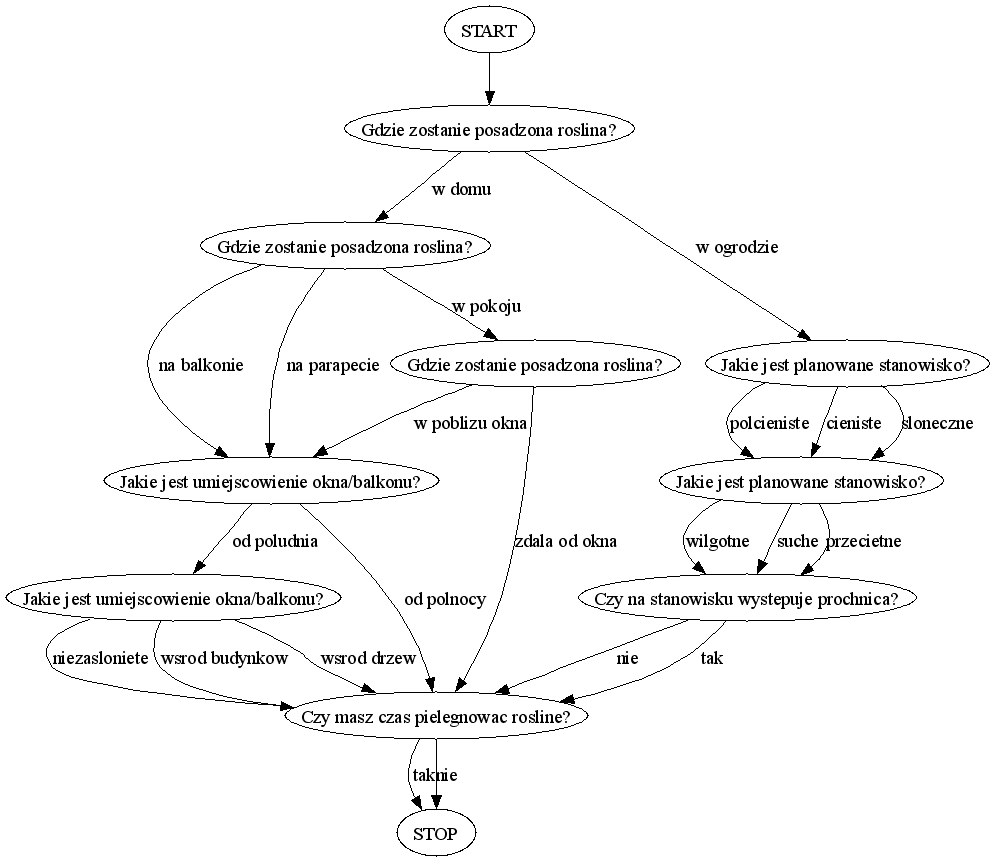
TripleEmcoder/Archive keeps this Graphviz diagram as si/questions.png. Above is the earlier version. Its source is kept beside it as si/questions.dot.
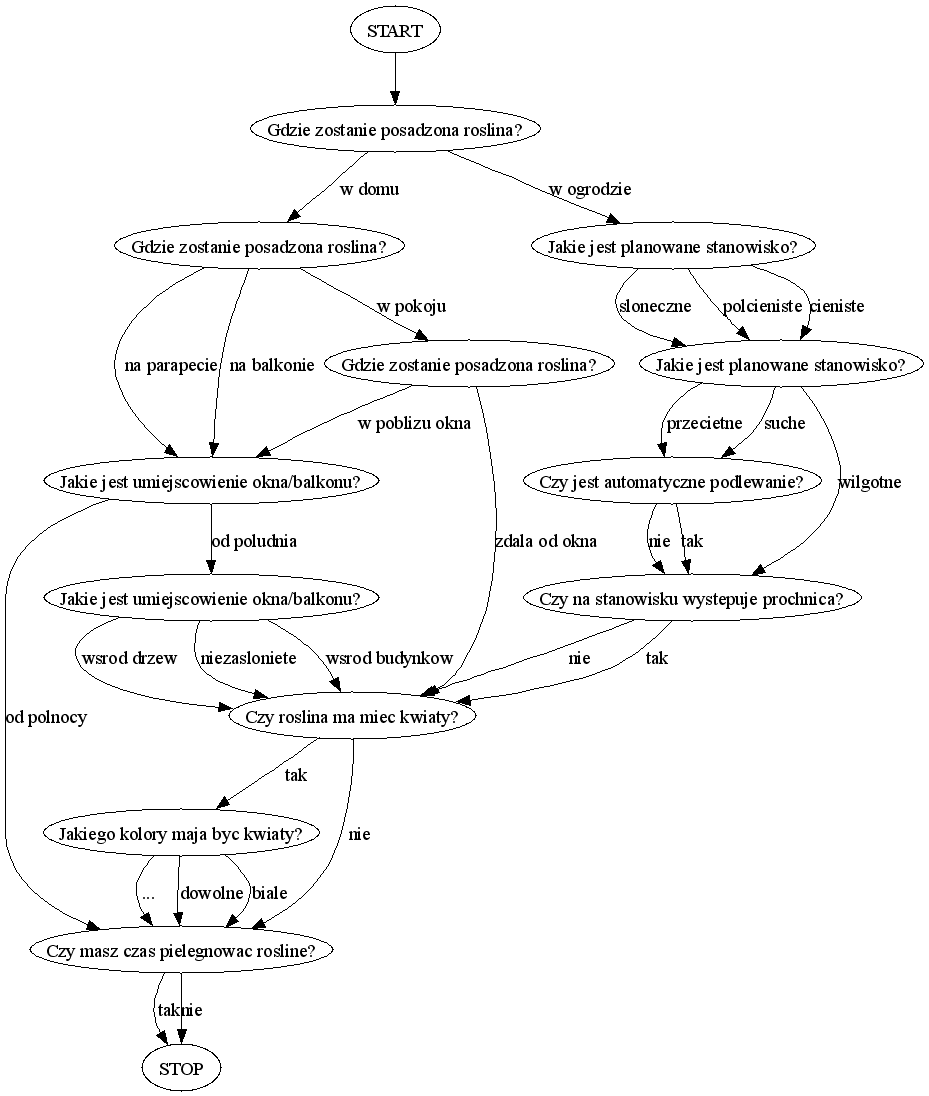
The same diagram one commit later.

Commit message:
git-svn-id: https://forge.caliper.pl/scm/svn/private-memfis@211 14f08429-6e20-0410-a26c-ef81b9fd1c62

Diff of the diagram source:
```diff
@@ -8,7 +8,10 @@
 	pielegnacja     [ label = "Czy masz czas pielegnowac rosline?"      ];
 	naslonecznienie [ label = "Jakie jest planowane stanowisko?"        ];
 	wilgotnosc      [ label = "Jakie jest planowane stanowisko?"        ];
+	sikawki         [ label = "Czy jest automatyczne podlewanie?"       ];
 	prochnica       [ label = "Czy na stanowisku wystepuje prochnica?"  ];
+	kwiaty          [ label = "Czy roslina ma miec kwiaty?"             ];
+	kolor           [ label = "Jakiego kolory maja byc kwiaty?"         ];
 
 	START           -> lokalizacja1
 
@@ -19,21 +22,28 @@
 	orientacja      -> pielegnacja     [ label = "od polnocy"     ];
 	orientacja      -> zasloniecie     [ label = "od poludnia"    ];
 	lokalizacja3    -> orientacja      [ label = "w poblizu okna" ];
-	lokalizacja3    -> pielegnacja     [ label = "zdala od okna"  ];
-	zasloniecie     -> pielegnacja     [ label = "wsrod budynkow" ];
-	zasloniecie     -> pielegnacja     [ label = "wsrod drzew"    ];
-	zasloniecie     -> pielegnacja     [ label = "niezasloniete"  ];
+	lokalizacja3    -> kwiaty          [ label = "zdala od okna"  ];
+	zasloniecie     -> kwiaty          [ label = "wsrod budynkow" ];
+	zasloniecie     -> kwiaty          [ label = "wsrod drzew"    ];
+	zasloniecie     -> kwiaty          [ label = "niezasloniete"  ];
 
 	lokalizacja1    -> naslonecznienie [ label = "w ogrodzie"     ];
 	naslonecznienie -> wilgotnosc      [ label = "sloneczne"      ];
 	naslonecznienie -> wilgotnosc      [ label = "polcieniste"    ];
 	naslonecznienie -> wilgotnosc      [ label = "cieniste"       ];
 	wilgotnosc      -> prochnica       [ label = "wilgotne"       ];
-	wilgotnosc      -> prochnica       [ label = "suche"          ];
-	wilgotnosc      -> prochnica       [ label = "przecietne"     ];
-	prochnica       -> pielegnacja     [ label = "tak"            ];
-	prochnica       -> pielegnacja     [ label = "nie"            ];
+	wilgotnosc      -> sikawki         [ label = "suche"          ];
+	wilgotnosc      -> sikawki         [ label = "przecietne"     ];
+	sikawki         -> prochnica       [ label = "tak"            ];
+	sikawki         -> prochnica       [ label = "nie"            ];
+	prochnica       -> kwiaty          [ label = "tak"            ];
+	prochnica       -> kwiaty          [ label = "nie"            ];
 
+	kwiaty          -> kolor           [ label = "tak"            ];
+	kwiaty          -> pielegnacja     [ label = "nie"            ];
+	kolor           -> pielegnacja     [ label = "biale"          ];
+	kolor           -> pielegnacja     [ label = "..."            ];
+	kolor           -> pielegnacja     [ label = "dowolne"        ];
 	pielegnacja     -> STOP            [ label = "tak"            ];
 	pielegnacja     -> STOP            [ label = "nie"            ];
 }
```
